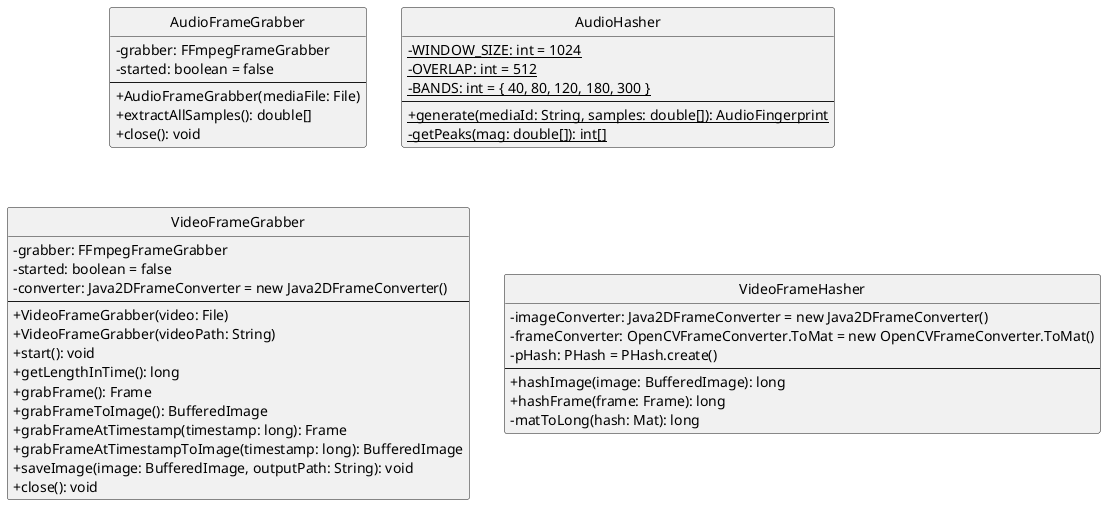
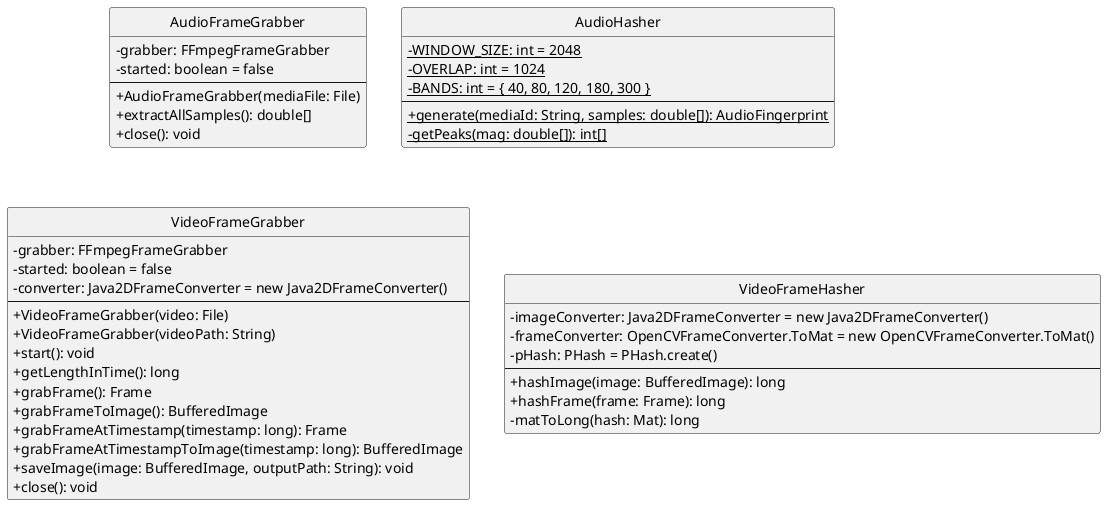
' Generated by UML Generator
- ' Encoded: hLHTRzem57tFh_1ZqA02rabJf4bDeMoPM443KQdJD3d99R7gs97ji6g8_xvhfmcabAVj8OvppxbVvzgvqOOgKnNSqqzCb5JHWYISQXqQerXS6OWIALRi3v2XbxCKIC9Kmi7p78k4LSha3BtWiw9n38hiFK86MVqHaDciA24x9LZO9OKq8B6K7AWWdyYMSWqM6-3oxYoiNq3Aw8nnm9YuzYmBdesYYGavNz6YvA3zNa1IMSKSVloqX8HB3TQuaopr3fsYlr2TD-NkiI33aWDvYEwdYuTVg-ZnBY1C62niD1nVTpYBpTttURXiy0-ZSGU-3U-dgmRSa-jXdtp4PpIsYzsz7mx9eUsqzSj0WA86wauZ56U54n1Pd-YwkMDhs50j4CAWIcIPJWaPc2NG9-qNDEju8H65QNNOu3p_x_3mhEm0KNJ-IdTqF7NEayQAL06_tuJyNYl9MLd-pbfE1d-1iQGcRsHpF5TgEtyqe39p49d98x5cXJiQN8hCGHZ9XRH6j-bOrp92DHruMsste21rXWufD3OgPYrAtpIxEiMRGK_uJVnpjxDqckwW9ZExlcBqYQnCMPcE64S5Bbo9ewAdzyB5d_pZJBSTMq0M9OZ9fikyMijlrBo4kaoe0vQsn80ixGjTtFigKM0lp_4KvMYzhDB9u2sn7hohz6LEHyAWe6Ojv_ZXvoun5jAWgDyDY1J_dty1
- ' URL: http://www.plantuml.com/plantuml/uml/hLHTRzem57tFh_1ZqA02rabJf4bDeMoPM443KQdJD3d99R7gs97ji6g8_xvhfmcabAVj8OvppxbVvzgvqOOgKnNSqqzCb5JHWYISQXqQerXS6OWIALRi3v2XbxCKIC9Kmi7p78k4LSha3BtWiw9n38hiFK86MVqHaDciA24x9LZO9OKq8B6K7AWWdyYMSWqM6-3oxYoiNq3Aw8nnm9YuzYmBdesYYGavNz6YvA3zNa1IMSKSVloqX8HB3TQuaopr3fsYlr2TD-NkiI33aWDvYEwdYuTVg-ZnBY1C62niD1nVTpYBpTttURXiy0-ZSGU-3U-dgmRSa-jXdtp4PpIsYzsz7mx9eUsqzSj0WA86wauZ56U54n1Pd-YwkMDhs50j4CAWIcIPJWaPc2NG9-qNDEju8H65QNNOu3p_x_3mhEm0KNJ-IdTqF7NEayQAL06_tuJyNYl9MLd-pbfE1d-1iQGcRsHpF5TgEtyqe39p49d98x5cXJiQN8hCGHZ9XRH6j-bOrp92DHruMsste21rXWufD3OgPYrAtpIxEiMRGK_uJVnpjxDqckwW9ZExlcBqYQnCMPcE64S5Bbo9ewAdzyB5d_pZJBSTMq0M9OZ9fikyMijlrBo4kaoe0vQsn80ixGjTtFigKM0lp_4KvMYzhDB9u2sn7hohz6LEHyAWe6Ojv_ZXvoun5jAWgDyDY1J_dty1
- ' Generated on: 2026-04-12T18:14:16.663741200
+ ' Encoded: hLHTRzem57tFh_1ZqA1A6GzLf4bDeMoPM443KMdLD9daabXrxCXss5J4Vz-rqq1IojFs4CUvvzolS-tSQaELgGhkwMScIgfeGH9EjOwCKMnJ6OWJAPRi1KZWvIm5aZ2LSF0yno9HbJ8vHI_uhEXc0uhiFK86MVqHakcqA25h4opiaa8QaesK7AWWdyYMSWqM6-3ouIoiNq3Aw9Hnm9YuzYmB_XX54nDnlgH5oK7xlP2aijfmUFff2GcN6gnn9rdg7Jf5Vw4wRyhTOq669GVo63zCve-_bl6F-v0mOR2mOJ2wwN3cw_llisZHuDV1SDJ1xwA7oR91zsGKzCaDFjT3kzZTno0WXsEhHxyC12Xge6urHdMME0AHzOckkplrXXtL2Y4CgaIMwPIGWLa0VTP-GREE5n9HcQCGQnpe_vqU7fOT88hEN-cE3YVEUTnOaIhWzxkGtpjASbQMlxEMrkGlC1RKv8riZkTAFHu0DA0oCn2PoMEnOeKx6roAp44OoOMqHhVfM5SoHZKTU5Tjjw0WTOOEAJ8sAcOjIjyqkph5kq5R_2R-kTjPEartK9EPNTym-aHMfgnCHuoJ0XVkn4dHziLmySV_EDDjnnQIUGbYlEuohrRo6pMleIuJwe2bBJ4a2_j25_U-IXJOotCwHJbQBwlK6hmbreDtbRxEwKGO5DIiv0m__Dmbna8Q5FMx1P7Y3_Gl
+ ' URL: http://www.plantuml.com/plantuml/uml/hLHTRzem57tFh_1ZqA1A6GzLf4bDeMoPM443KMdLD9daabXrxCXss5J4Vz-rqq1IojFs4CUvvzolS-tSQaELgGhkwMScIgfeGH9EjOwCKMnJ6OWJAPRi1KZWvIm5aZ2LSF0yno9HbJ8vHI_uhEXc0uhiFK86MVqHakcqA25h4opiaa8QaesK7AWWdyYMSWqM6-3ouIoiNq3Aw9Hnm9YuzYmB_XX54nDnlgH5oK7xlP2aijfmUFff2GcN6gnn9rdg7Jf5Vw4wRyhTOq669GVo63zCve-_bl6F-v0mOR2mOJ2wwN3cw_llisZHuDV1SDJ1xwA7oR91zsGKzCaDFjT3kzZTno0WXsEhHxyC12Xge6urHdMME0AHzOckkplrXXtL2Y4CgaIMwPIGWLa0VTP-GREE5n9HcQCGQnpe_vqU7fOT88hEN-cE3YVEUTnOaIhWzxkGtpjASbQMlxEMrkGlC1RKv8riZkTAFHu0DA0oCn2PoMEnOeKx6roAp44OoOMqHhVfM5SoHZKTU5Tjjw0WTOOEAJ8sAcOjIjyqkph5kq5R_2R-kTjPEartK9EPNTym-aHMfgnCHuoJ0XVkn4dHziLmySV_EDDjnnQIUGbYlEuohrRo6pMleIuJwe2bBJ4a2_j25_U-IXJOotCwHJbQBwlK6hmbreDtbRxEwKGO5DIiv0m__Dmbna8Q5FMx1P7Y3_Gl
+ ' Generated on: 2026-04-13T10:09:15.120253100

@startuml
skinparam classAttributeIconSize 0
hide circle

class AudioFrameGrabber {
  -grabber: FFmpegFrameGrabber
  -started: boolean = false
  --
  +AudioFrameGrabber(mediaFile: File)
  +extractAllSamples(): double[]
  +close(): void
}

class AudioHasher {
-   -{static} WINDOW_SIZE: int = 1024
-   -{static} OVERLAP: int = 512
+   -{static} WINDOW_SIZE: int = 2048
+   -{static} OVERLAP: int = 1024
  -{static} BANDS: int = { 40, 80, 120, 180, 300 }
  --
  +{static} generate(mediaId: String, samples: double[]): AudioFingerprint
  -{static} getPeaks(mag: double[]): int[]
}

class VideoFrameGrabber {
  -grabber: FFmpegFrameGrabber
  -started: boolean = false
  -converter: Java2DFrameConverter = new Java2DFrameConverter()
  --
  +VideoFrameGrabber(video: File)
  +VideoFrameGrabber(videoPath: String)
  +start(): void
  +getLengthInTime(): long
  +grabFrame(): Frame
  +grabFrameToImage(): BufferedImage
  +grabFrameAtTimestamp(timestamp: long): Frame
  +grabFrameAtTimestampToImage(timestamp: long): BufferedImage
  +saveImage(image: BufferedImage, outputPath: String): void
  +close(): void
}

class VideoFrameHasher {
  -imageConverter: Java2DFrameConverter = new Java2DFrameConverter()
  -frameConverter: OpenCVFrameConverter.ToMat = new OpenCVFrameConverter.ToMat()
  -pHash: PHash = PHash.create()
  --
  +hashImage(image: BufferedImage): long
  +hashFrame(frame: Frame): long
  -matToLong(hash: Mat): long
}

@enduml